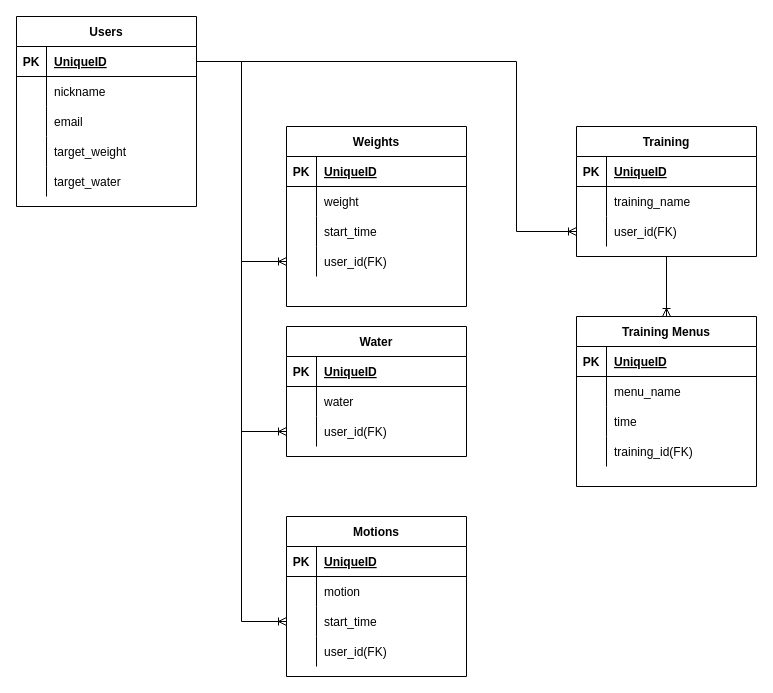
Above: dropweight.dio in yukarikariri/dropweight (draw.io), before the change. Source tidied: cells renumbered, new cells numbered last; positions are measured from the earlier drawing's top-left corner, leaving out a move shared by most shapes. Both pictures are drawn from the tidied source at 100%, with x=0, y=0 at pixel (16, 16).
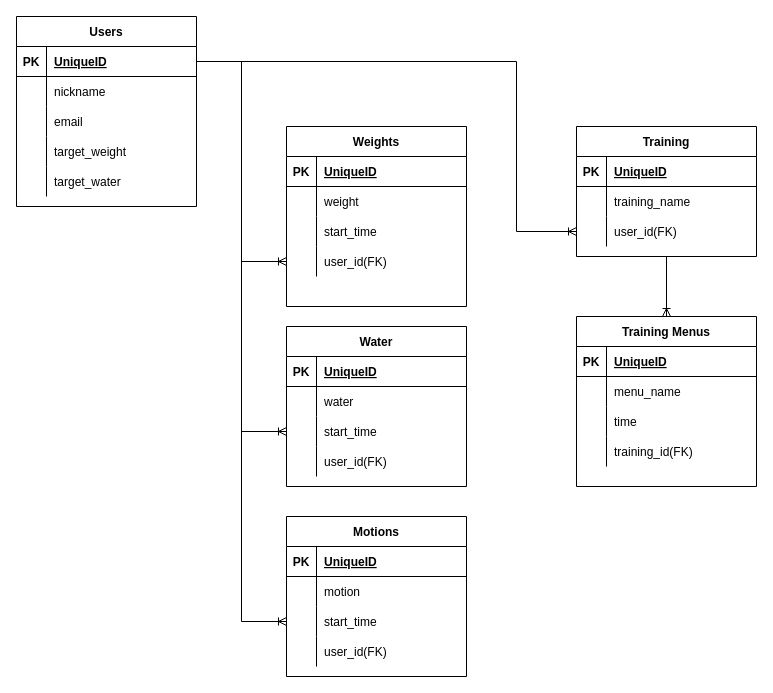
The same diagram, later.

Unchanged cells that the change refers to:
```xml
<mxCell id="38" style="shape=partialRectangle;fillColor=none;top=0;left=0;bottom=0;right=0;points=[[0,0.5],[1,0.5]];portConstraint=eastwest;" parent="31" vertex="1">
  <mxGeometry y="90" width="180" height="30" as="geometry" />
</mxCell>
```

Change to the diagram source:
```diff
@@
     <mxCell id="31" value="Water" style="shape=table;startSize=30;childLayout=tableLayout;rowLines=0;fontStyle=1;align=center;" parent="1" vertex="1">
-      <mxGeometry x="270" y="310" width="180" height="130" as="geometry" />
+      <mxGeometry x="270" y="310" width="180" height="160" as="geometry" />
     </mxCell>
@@
-    <mxCell id="40" value="user_id(FK)" style="shape=partialRectangle;fillColor=none;top=0;left=0;bottom=0;right=0;align=left;spacingLeft=6;overflow=hidden;" parent="38" vertex="1">
+    <mxCell id="40" value="start_time" style="shape=partialRectangle;fillColor=none;top=0;left=0;bottom=0;right=0;align=left;spacingLeft=6;overflow=hidden;" parent="38" vertex="1">
       <mxGeometry x="30" width="150" height="30" as="geometry" />
     </mxCell>
+    <mxCell id="82" style="shape=partialRectangle;fillColor=none;top=0;left=0;bottom=0;right=0;" parent="31" vertex="1">
+      <mxGeometry y="120" width="180" height="30" as="geometry" />
+    </mxCell>
+    <mxCell id="83" style="shape=partialRectangle;fillColor=none;top=0;left=0;bottom=0;right=0;overflow=hidden;" parent="82" vertex="1">
+      <mxGeometry width="30" height="30" as="geometry" />
+    </mxCell>
+    <mxCell id="84" value="user_id(FK)" style="shape=partialRectangle;fillColor=none;top=0;left=0;bottom=0;right=0;align=left;spacingLeft=6;overflow=hidden;" parent="82" vertex="1">
+      <mxGeometry x="30" width="150" height="30" as="geometry" />
+    </mxCell>
```
